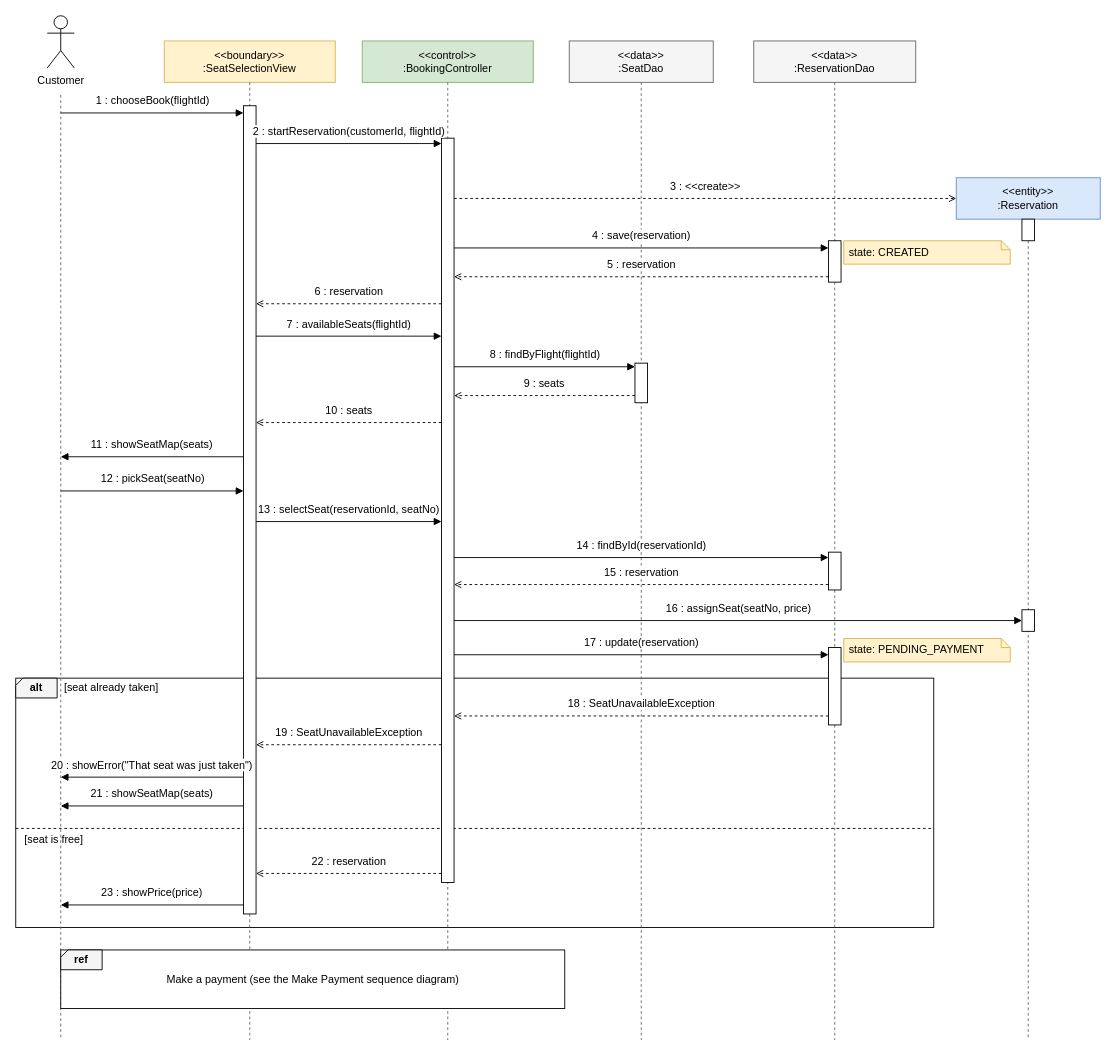
satyambhanot/ChinookAir keeps this draw.io diagram as docs/diagrams/src/31-sequence-book-flight.drawio. Above is the earlier version. Source tidied: cells renumbered, new cells numbered last; positions are measured from the earlier drawing's top-left corner, leaving out a move shared by most shapes. Both pictures are drawn from the tidied source at 90%, with x=0, y=0 at pixel (15, 15).
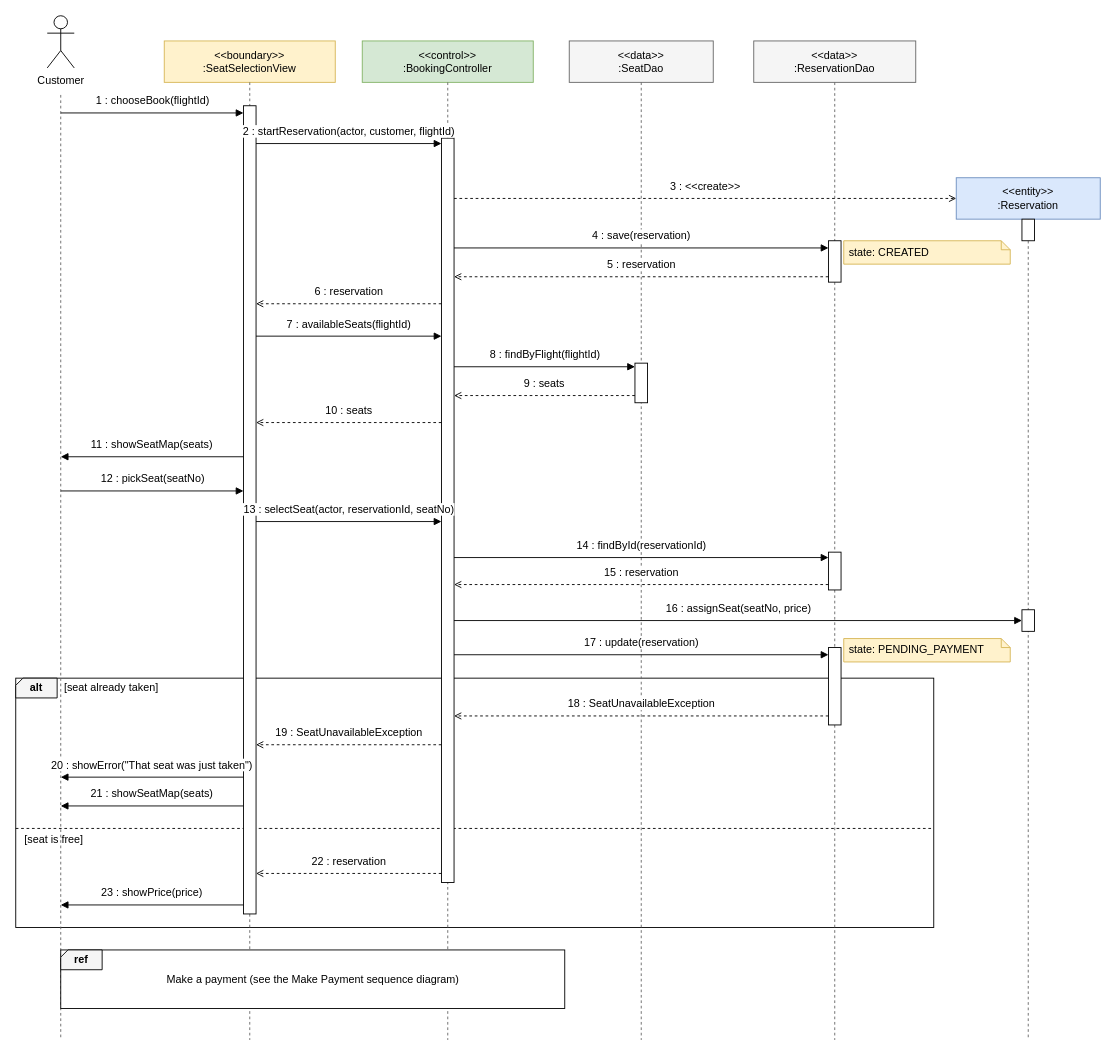
Above is the later version.

Diff of the diagram source:
```diff
@@
-    <mxCell id="30" value="2 : startReservation(customerId, flightId)" style="html=1;rounded=0;endArrow=block;endFill=1;labelBackgroundColor=#ffffff;verticalAlign=bottom;fontFamily=Helvetica;fontSize=12;" parent="1" edge="1">
+    <mxCell id="30" value="2 : startReservation(actor, customer, flightId)" style="html=1;rounded=0;endArrow=block;endFill=1;labelBackgroundColor=#ffffff;verticalAlign=bottom;fontFamily=Helvetica;fontSize=12;" parent="1" edge="1">
       <mxGeometry relative="1" as="geometry">
         <mxPoint x="267" y="142" as="sourcePoint" />
         <mxPoint x="473" y="142" as="targetPoint" />
         <mxPoint y="-4" as="offset" />
       </mxGeometry>
     </mxCell>
@@
-    <mxCell id="41" value="13 : selectSeat(reservationId, seatNo)" style="html=1;rounded=0;endArrow=block;endFill=1;labelBackgroundColor=#ffffff;verticalAlign=bottom;fontFamily=Helvetica;fontSize=12;" parent="1" edge="1">
+    <mxCell id="41" value="13 : selectSeat(actor, reservationId, seatNo)" style="html=1;rounded=0;endArrow=block;endFill=1;labelBackgroundColor=#ffffff;verticalAlign=bottom;fontFamily=Helvetica;fontSize=12;" parent="1" edge="1">
       <mxGeometry relative="1" as="geometry">
         <mxPoint x="267" y="562" as="sourcePoint" />
         <mxPoint x="473" y="562" as="targetPoint" />
         <mxPoint y="-4" as="offset" />
       </mxGeometry>
     </mxCell>
```
